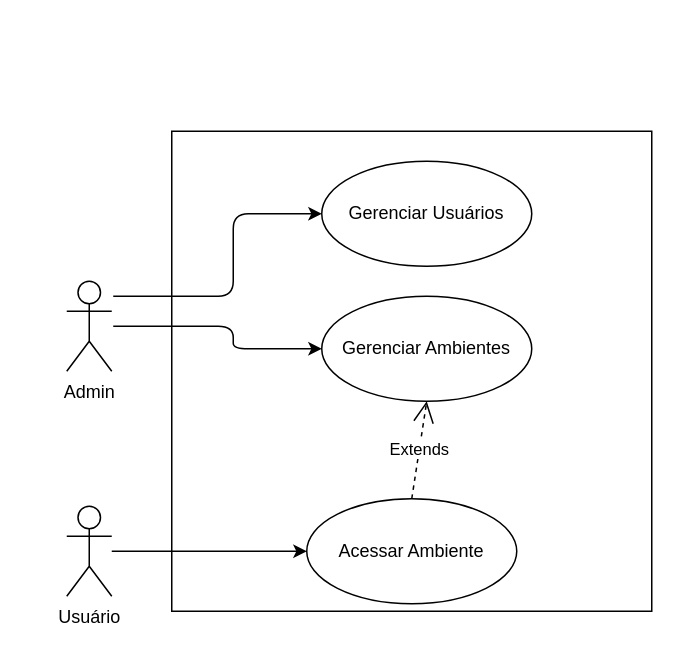
Before: diagramas/Diagrama de caso de uso.drawio in thiagobonfim0310/SmartLock, a draw.io diagram. Source tidied: cells renumbered, new cells numbered last; positions are measured from the earlier drawing's top-left corner, leaving out a move shared by most shapes. Both pictures are drawn from the tidied source at 150%, with x=0, y=0 at pixel (66, 130).
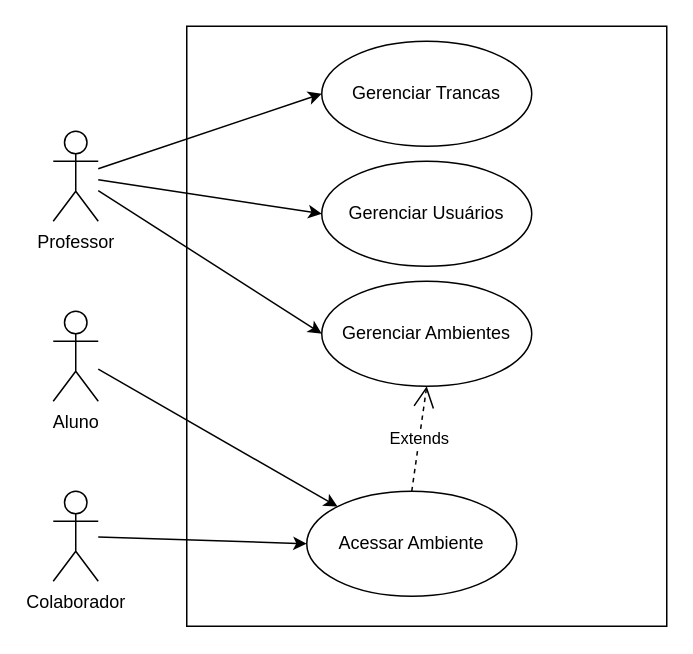
Above is the later version.

Commit message:
Atualização do diagrama de casos de uso

The edit, as a diff of the source:
```diff
@@
 <mxGraphModel>
   <root>
     <mxCell id="0" />
     <mxCell id="1" parent="0" />
-    <mxCell id="2" style="edgeStyle=none;html=1;entryX=0;entryY=0.5;entryDx=0;entryDy=0;" parent="1" edge="1" target="11">
-      <mxGeometry relative="1" as="geometry">
-        <mxPoint x="31" y="110" as="sourcePoint" />
-        <Array as="points">
-          <mxPoint x="111" y="110" />
-          <mxPoint x="111" y="55" />
-        </Array>
-      </mxGeometry>
-    </mxCell>
-    <mxCell id="3" style="edgeStyle=none;html=1;" parent="1" edge="1" target="7">
-      <mxGeometry relative="1" as="geometry">
-        <mxPoint x="31" y="130" as="sourcePoint" />
-        <Array as="points">
-          <mxPoint x="111" y="130" />
-          <mxPoint x="111" y="145" />
-        </Array>
-      </mxGeometry>
-    </mxCell>
+    <mxCell id="12" style="edgeStyle=none;html=1;entryX=0;entryY=0.5;entryDx=0;entryDy=0;" parent="1" edge="1" source="4" target="11">
+      <mxGeometry relative="1" as="geometry" />
+    </mxCell>
+    <mxCell id="13" style="edgeStyle=none;html=1;entryX=0;entryY=0.5;entryDx=0;entryDy=0;" parent="1" edge="1" source="4" target="7">
+      <mxGeometry relative="1" as="geometry" />
+    </mxCell>
+    <mxCell id="14" style="edgeStyle=none;html=1;entryX=0;entryY=0.5;entryDx=0;entryDy=0;" parent="1" edge="1" source="4" target="17">
+      <mxGeometry relative="1" as="geometry" />
+    </mxCell>
-    <mxCell id="4" value="Admin" style="shape=umlActor;verticalLabelPosition=bottom;verticalAlign=top;html=1;" parent="1" vertex="1">
-      <mxGeometry y="100" width="30" height="60" as="geometry" />
+    <mxCell id="4" value="Professor" style="shape=umlActor;verticalLabelPosition=bottom;verticalAlign=top;html=1;" parent="1" vertex="1">
+      <mxGeometry x="-9" width="30" height="60" as="geometry" />
     </mxCell>
-    <mxCell id="5" style="edgeStyle=orthogonalEdgeStyle;rounded=0;jettySize=auto;html=1;entryX=0;entryY=0.5;entryDx=0;entryDy=0;" parent="1" edge="1" source="6" target="8">
+    <mxCell id="5" style="edgeStyle=none;html=1;entryX=0;entryY=0;entryDx=0;entryDy=0;" parent="1" edge="1" source="6" target="8">
       <mxGeometry relative="1" as="geometry" />
     </mxCell>
-    <mxCell id="6" value="Usuário" style="shape=umlActor;verticalLabelPosition=bottom;verticalAlign=top;html=1;" parent="1" vertex="1">
-      <mxGeometry y="250" width="30" height="60" as="geometry" />
+    <mxCell id="6" value="Aluno" style="shape=umlActor;verticalLabelPosition=bottom;verticalAlign=top;html=1;" parent="1" vertex="1">
+      <mxGeometry x="-9" y="120" width="30" height="60" as="geometry" />
     </mxCell>
     <mxCell id="7" value="Gerenciar Ambientes" style="ellipse;whiteSpace=wrap;html=1;" parent="1" vertex="1">
-      <mxGeometry x="170" y="110" width="140" height="70" as="geometry" />
+      <mxGeometry x="170" y="100" width="140" height="70" as="geometry" />
     </mxCell>
     <mxCell id="8" value="Acessar Ambiente" style="ellipse;whiteSpace=wrap;html=1;" parent="1" vertex="1">
-      <mxGeometry x="160" y="245" width="140" height="70" as="geometry" />
+      <mxGeometry x="160" y="240" width="140" height="70" as="geometry" />
     </mxCell>
     <mxCell id="9" value="Extends" style="endArrow=open;endSize=12;dashed=1;html=1;rounded=0;exitX=0.5;exitY=0;exitDx=0;exitDy=0;entryX=0.5;entryY=1;entryDx=0;entryDy=0;" parent="1" edge="1" source="8" target="7">
       <mxGeometry relative="1" as="geometry" />
     </mxCell>
     <mxCell id="10" style="rounded=0;whiteSpace=wrap;html=1;fillColor=none;" parent="1" vertex="1">
-      <mxGeometry x="70" width="320" height="320" as="geometry" />
+      <mxGeometry x="80" y="-70" width="320" height="400" as="geometry" />
     </mxCell>
     <mxCell id="11" value="Gerenciar Usuários" style="ellipse;whiteSpace=wrap;html=1;" parent="1" vertex="1">
       <mxGeometry x="170" y="20" width="140" height="70" as="geometry" />
     </mxCell>
+    <mxCell id="15" style="edgeStyle=none;html=1;entryX=0;entryY=0.5;entryDx=0;entryDy=0;" parent="1" edge="1" source="16" target="8">
+      <mxGeometry relative="1" as="geometry" />
+    </mxCell>
+    <mxCell id="16" value="Colaborador" style="shape=umlActor;verticalLabelPosition=bottom;verticalAlign=top;html=1;" parent="1" vertex="1">
+      <mxGeometry x="-9" y="240" width="30" height="60" as="geometry" />
+    </mxCell>
+    <mxCell id="17" value="Gerenciar Trancas" style="ellipse;whiteSpace=wrap;html=1;" parent="1" vertex="1">
+      <mxGeometry x="170" y="-60" width="140" height="70" as="geometry" />
+    </mxCell>
   </root>
 </mxGraphModel>
```
